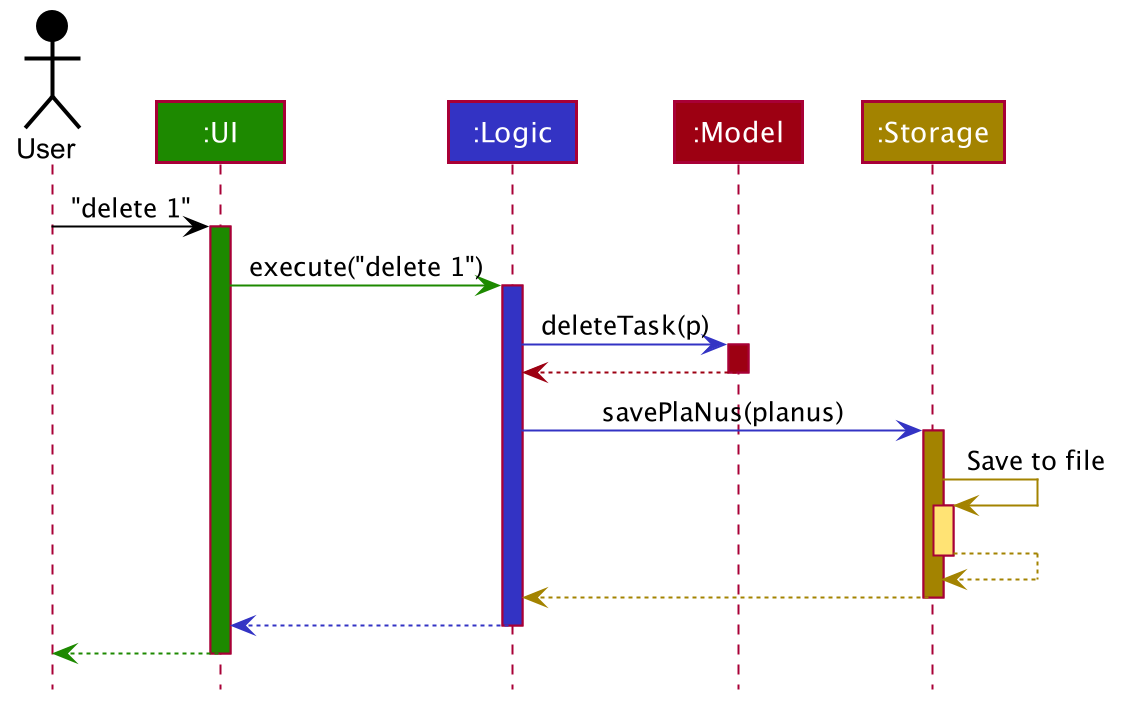
Earlier version of the PlantUML export docs/images/ArchitectureSequenceDiagram.png (nus-cs2103-AY2021S1/tp).
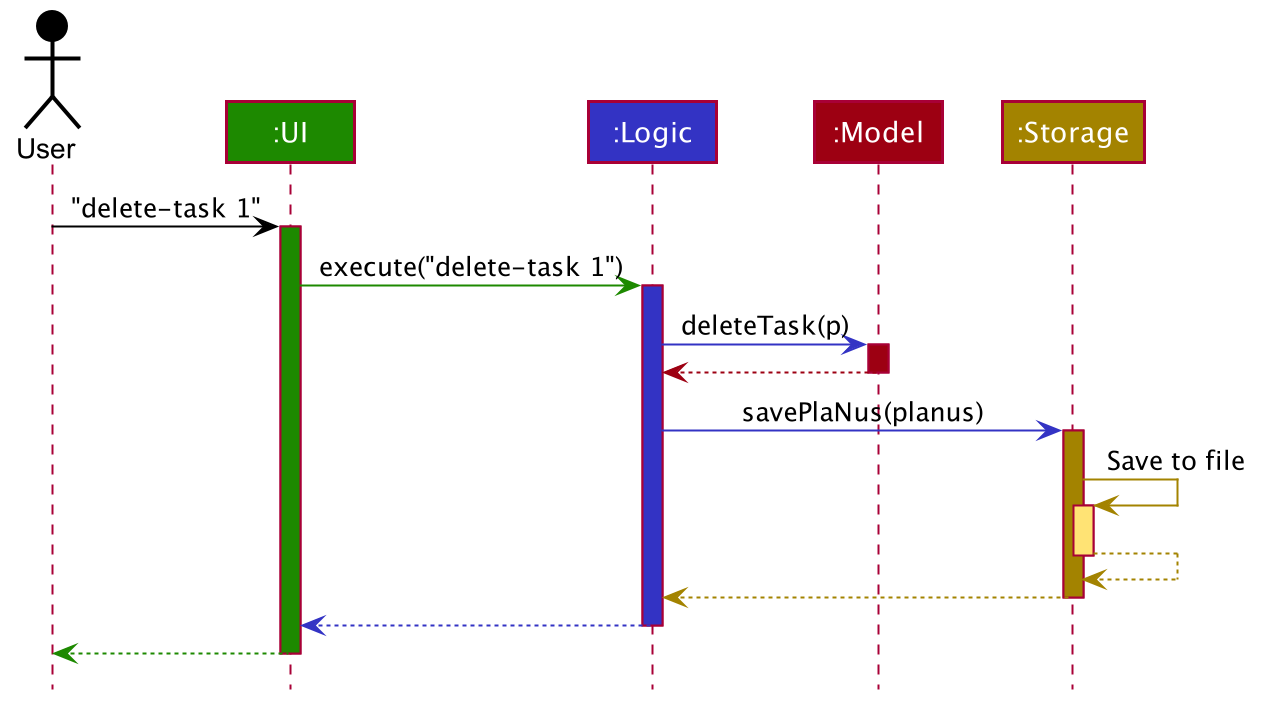
Above is the later version.

Change to the diagram source:
```diff
@@ -54,10 +54,10 @@
 Participant ":Model" as model #9D0012
 Participant ":Storage" as storage #A38300
 
-user -[#000000]> ui : "delete 1"
+user -[#000000]> ui : "delete-task 1"
 activate ui #1D8900
 
-ui -[#1D8900]> logic : execute("delete 1")
+ui -[#1D8900]> logic : execute("delete-task 1")
 activate logic #3333C4
 
 logic -[#3333C4]> model : deleteTask(p)
```
